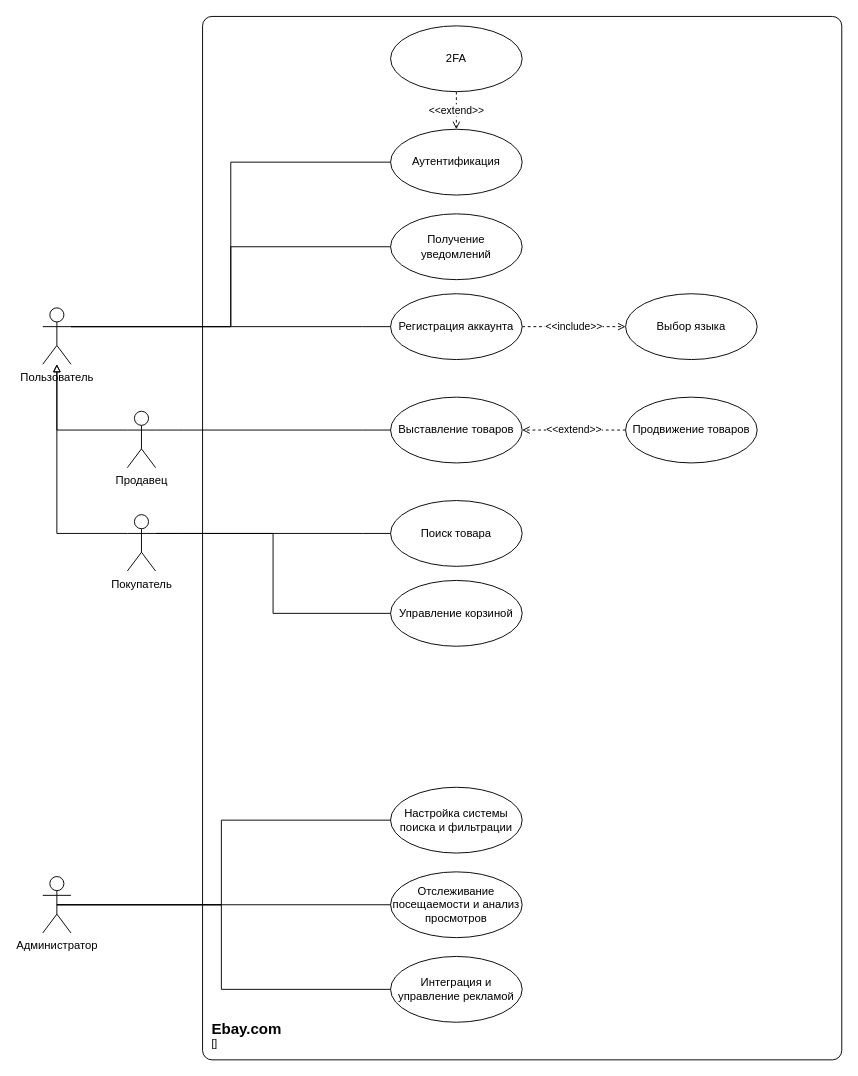
Before: 2COURSE/2SEM/OPI/lab1/UseCase.drawio in graevsky/ITMO, a draw.io diagram. Source tidied: cells renumbered, new cells numbered last; positions are measured from the earlier drawing's top-left corner, leaving out a move shared by most shapes. Both pictures are drawn from the tidied source at 94%, with x=0, y=0 at pixel (42, 16).
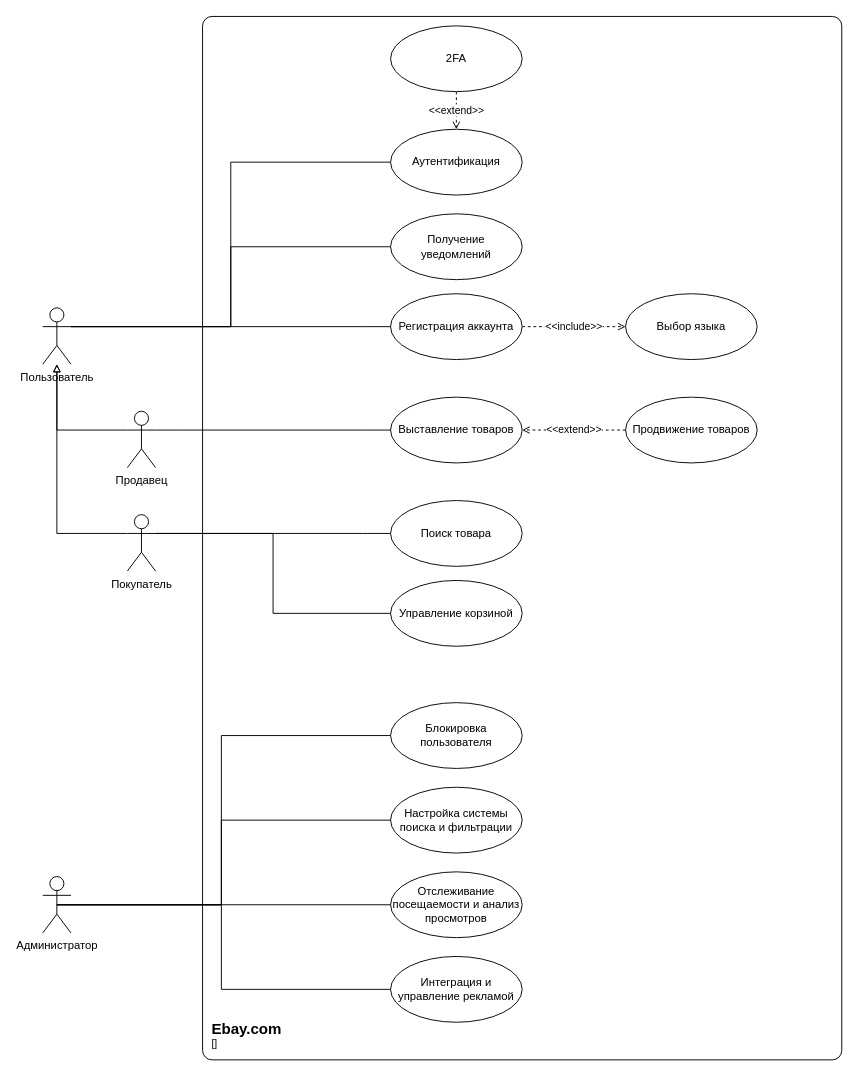
The same diagram, later.

The change refers to these unchanged cells:
```xml
<mxCell id="29" value="Администратор" style="shape=umlActor;verticalLabelPosition=bottom;verticalAlign=top;html=1;" parent="1" vertex="1">
  <mxGeometry y="915" width="30" height="60" as="geometry" />
</mxCell>
```

The edit, as a diff of the source:
```diff
@@
+    <mxCell id="33" value="Блокировка пользователя" style="ellipse;whiteSpace=wrap;html=1;" parent="1" vertex="1">
+      <mxGeometry x="370" y="730" width="140" height="70" as="geometry" />
+    </mxCell>
+    <mxCell id="34" style="edgeStyle=orthogonalEdgeStyle;rounded=0;jettySize=auto;html=1;exitX=0;exitY=0.5;exitDx=0;exitDy=0;entryX=0.5;entryY=0.5;entryDx=0;entryDy=0;entryPerimeter=0;endArrow=none;endFill=0;" parent="1" edge="1" source="33" target="29">
+      <mxGeometry relative="1" as="geometry">
+        <Array as="points">
+          <mxPoint x="190" y="765" />
+          <mxPoint x="190" y="945" />
+        </Array>
+      </mxGeometry>
+    </mxCell>
```
